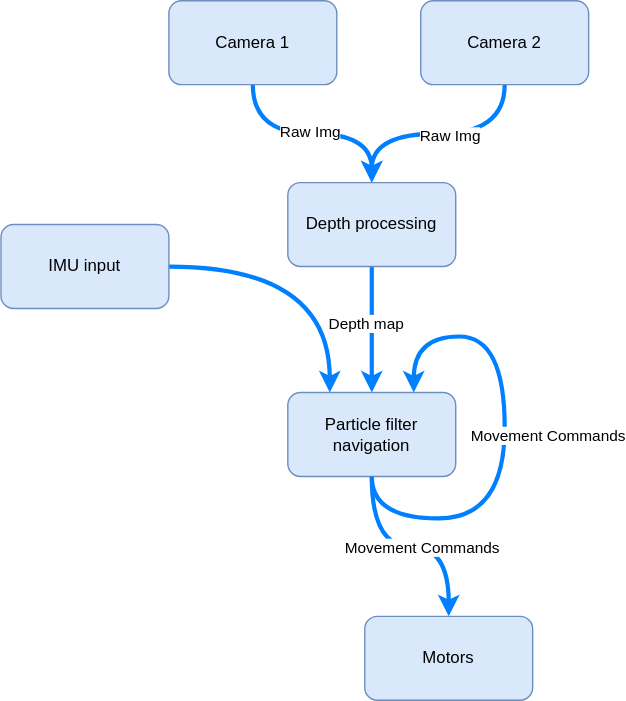
Before: ProcessDiagram.svg, a diagram exported from draw.io (Nianzu/Navie). Source tidied: cells renumbered, new cells last; positions are measured from the earlier drawing's top-left corner, leaving out a move shared by most shapes.
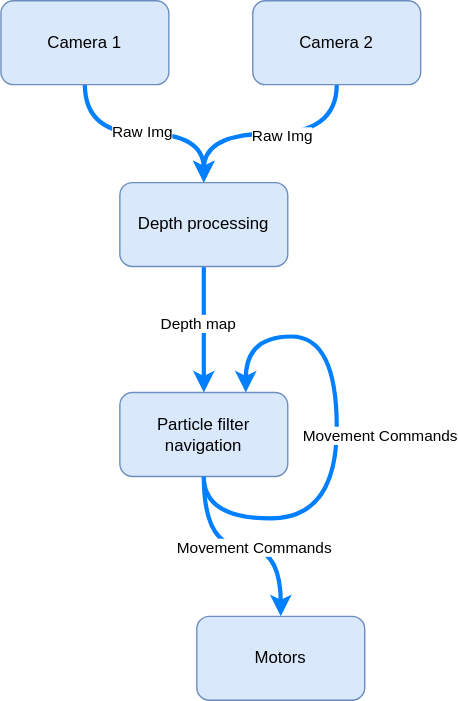
Later version of the same file.

The edit, as a diff of the source:
```diff
@@ -69,11 +69,5 @@
         <mxPoint x="36" y="-22" as="offset" />
       </mxGeometry>
     </mxCell>
-    <mxCell id="17" style="edgeStyle=orthogonalEdgeStyle;shape=connector;curved=1;rounded=0;sketch=0;jumpStyle=none;jettySize=auto;html=1;entryX=0.25;entryY=0;entryDx=0;entryDy=0;shadow=0;labelBackgroundColor=default;strokeColor=#007FFF;strokeWidth=3;fontFamily=Helvetica;fontSize=11;fontColor=default;startArrow=none;startFill=0;endArrow=classic;" parent="1" edge="1" source="18" target="13">
-      <mxGeometry relative="1" as="geometry" />
-    </mxCell>
-    <mxCell id="18" value="IMU input" style="rounded=1;whiteSpace=wrap;html=1;fillColor=#dae8fc;strokeColor=#6c8ebf;" parent="1" vertex="1">
-      <mxGeometry y="160" width="120" height="60" as="geometry" />
-    </mxCell>
   </root>
 </mxGraphModel>
```
